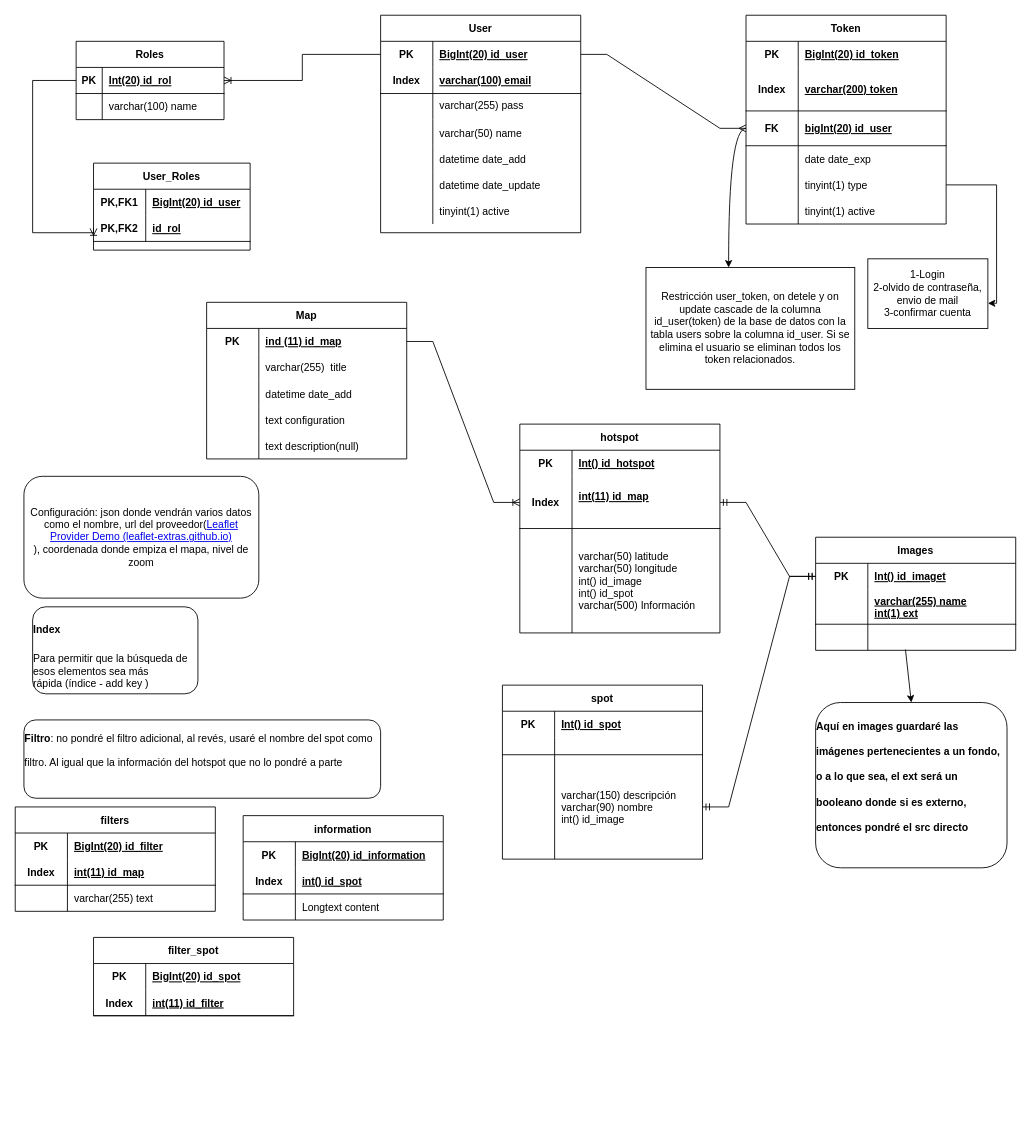
This is database/Mapflet.drawio from C1b3r/easymap, a draw.io file, before an edit. Source tidied: cells renumbered, new cells numbered last; positions are measured from the earlier drawing's top-left corner, leaving out a move shared by most shapes. Both pictures are drawn from the tidied source at 87%, with x=0, y=0 at pixel (15, 15).
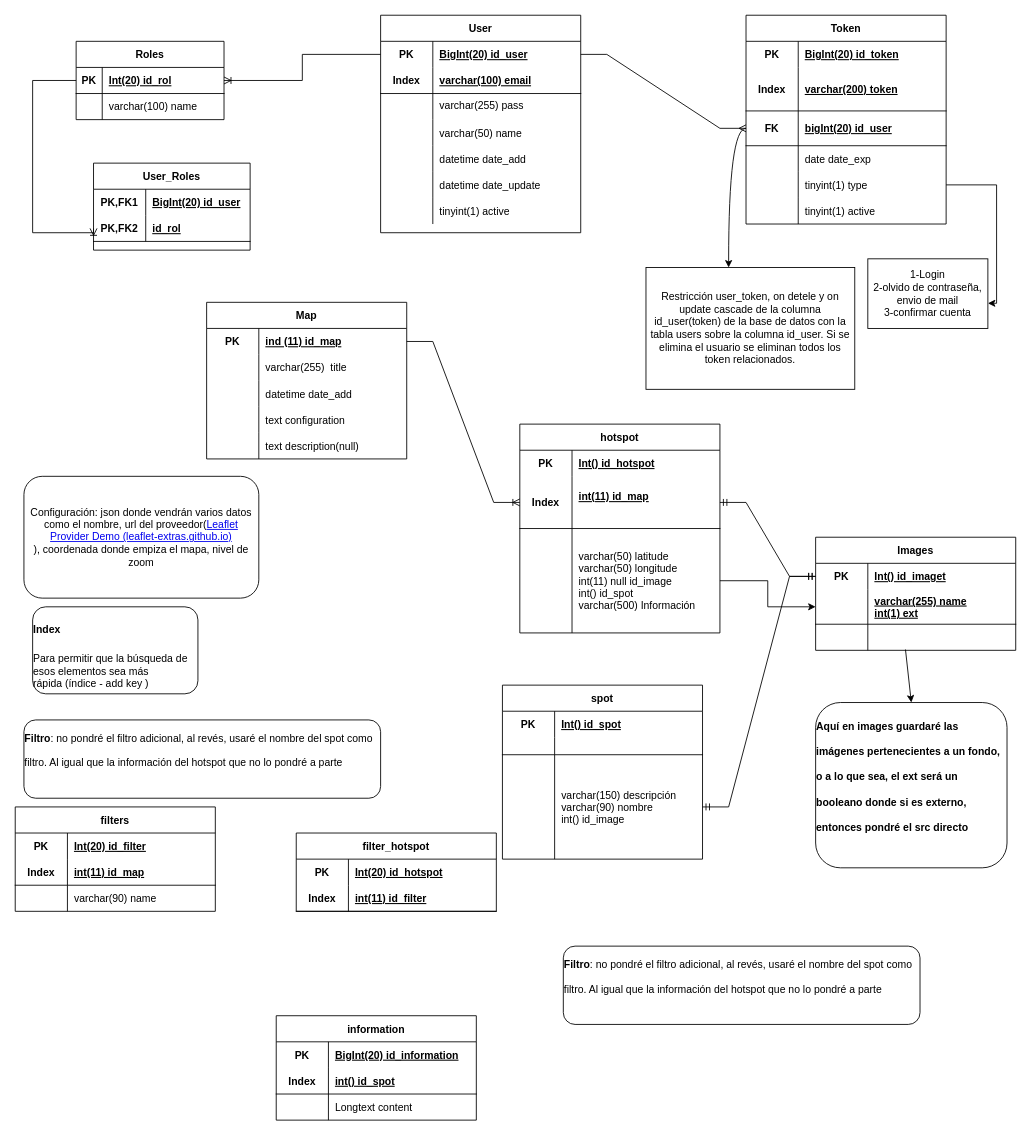
After the change.

The change refers to these unchanged cells:
```xml
<mxCell id="88" style="shape=partialRectangle;fillColor=none;top=0;left=0;bottom=0;right=0;points=[[0,0.5],[1,0.5]];portConstraint=eastwest;" parent="81" vertex="1">
  <mxGeometry y="120" width="230" height="120" as="geometry" />
</mxCell>
<mxCell id="93" style="shape=partialRectangle;fillColor=none;top=0;left=0;bottom=0;right=0;" parent="92" vertex="1">
  <mxGeometry y="30" width="230" height="30" as="geometry" />
</mxCell>
<mxCell id="99" style="shape=partialRectangle;fillColor=none;top=0;left=0;bottom=0;right=0;" parent="92" vertex="1">
  <mxGeometry y="90" width="230" height="30" as="geometry" />
</mxCell>
<mxCell id="103" style="shape=partialRectangle;fillColor=none;top=0;left=0;bottom=0;right=0;" parent="102" vertex="1">
  <mxGeometry y="30" width="230" height="30" as="geometry" />
</mxCell>
<mxCell id="125" style="shape=partialRectangle;fillColor=none;top=0;left=0;bottom=1;right=0;points=[[0,0.5],[1,0.5]];portConstraint=eastwest;" parent="121" vertex="1">
  <mxGeometry y="60" width="230" height="40" as="geometry" />
</mxCell>
```

What changed in the source:
```diff
@@
-    <mxCell id="90" value="varchar(50) latitude&#10;varchar(50) longitude&#10;int() id_image&#10;int() id_spot&#10;varchar(500) Información" style="shape=partialRectangle;fillColor=none;top=0;left=0;bottom=0;right=0;align=left;spacingLeft=6;overflow=hidden;" parent="88" vertex="1">
+    <mxCell id="90" value="varchar(50) latitude&#10;varchar(50) longitude&#10;int(11) null id_image&#10;int() id_spot&#10;varchar(500) Información" style="shape=partialRectangle;fillColor=none;top=0;left=0;bottom=0;right=0;align=left;spacingLeft=6;overflow=hidden;" parent="88" vertex="1">
       <mxGeometry x="60" width="170" height="120" as="geometry" />
     </mxCell>
@@
-    <mxCell id="95" value="BigInt(20) id_filter" style="shape=partialRectangle;fillColor=none;top=0;left=0;bottom=0;right=0;align=left;spacingLeft=6;fontStyle=5;overflow=hidden;" parent="93" vertex="1">
+    <mxCell id="95" value="Int(20) id_filter" style="shape=partialRectangle;fillColor=none;top=0;left=0;bottom=0;right=0;align=left;spacingLeft=6;fontStyle=5;overflow=hidden;" parent="93" vertex="1">
       <mxGeometry x="60" width="170" height="30" as="geometry" />
     </mxCell>
@@
-    <mxCell id="101" value="varchar(255) text" style="shape=partialRectangle;fillColor=none;top=0;left=0;bottom=0;right=0;align=left;spacingLeft=6;overflow=hidden;" parent="99" vertex="1">
+    <mxCell id="101" value="varchar(90) name" style="shape=partialRectangle;fillColor=none;top=0;left=0;bottom=0;right=0;align=left;spacingLeft=6;overflow=hidden;" parent="99" vertex="1">
       <mxGeometry x="60" width="170" height="30" as="geometry" />
     </mxCell>
-    <mxCell id="102" value="filter_spot" style="shape=table;startSize=30;childLayout=tableLayout;rowLines=0;fontStyle=1;align=center;" parent="1" vertex="1">
-      <mxGeometry x="90" y="1060" width="230" height="90" as="geometry" />
+    <mxCell id="102" value="filter_hotspot" style="shape=table;startSize=30;childLayout=tableLayout;rowLines=0;fontStyle=1;align=center;" parent="1" vertex="1">
+      <mxGeometry x="323" y="940" width="230" height="90" as="geometry" />
     </mxCell>
@@
-    <mxCell id="105" value="BigInt(20) id_spot" style="shape=partialRectangle;fillColor=none;top=0;left=0;bottom=0;right=0;align=left;spacingLeft=6;fontStyle=5;overflow=hidden;" parent="103" vertex="1">
+    <mxCell id="105" value="Int(20) id_hotspot" style="shape=partialRectangle;fillColor=none;top=0;left=0;bottom=0;right=0;align=left;spacingLeft=6;fontStyle=5;overflow=hidden;" parent="103" vertex="1">
       <mxGeometry x="60" width="170" height="30" as="geometry" />
     </mxCell>
@@
     <mxCell id="109" value="information" style="shape=table;startSize=30;childLayout=tableLayout;rowLines=0;fontStyle=1;align=center;" parent="1" vertex="1">
-      <mxGeometry x="262" y="920" width="230" height="120" as="geometry" />
+      <mxGeometry x="300" y="1150" width="230" height="120" as="geometry" />
     </mxCell>
@@
+    <mxCell id="145" value="&lt;p style=&quot;line-height: 40%&quot;&gt;&lt;/p&gt;&lt;h1 style=&quot;text-align: left&quot;&gt;&lt;font style=&quot;background-color: initial; font-size: 12px; line-height: 40%;&quot;&gt;Filtro&lt;span style=&quot;font-weight: 400;&quot;&gt;: no pondré el filtro adicional, al revés, usaré el nombre del spot como filtro. Al igual que la información del hotspot que no lo pondré a parte&lt;/span&gt;&lt;/font&gt;&lt;br&gt;&lt;/h1&gt;&lt;div&gt;&lt;font style=&quot;background-color: initial; font-size: 12px; line-height: 40%;&quot;&gt;&lt;span style=&quot;font-weight: 400;&quot;&gt;&lt;br&gt;&lt;/span&gt;&lt;/font&gt;&lt;/div&gt;&lt;p&gt;&lt;/p&gt;" style="rounded=1;whiteSpace=wrap;html=1;" parent="1" vertex="1">
+      <mxGeometry x="630" y="1070" width="410" height="90" as="geometry" />
+    </mxCell>
+    <mxCell id="146" style="edgeStyle=orthogonalEdgeStyle;rounded=0;jettySize=auto;html=1;" parent="1" edge="1" source="88" target="125">
+      <mxGeometry relative="1" as="geometry" />
+    </mxCell>
```
